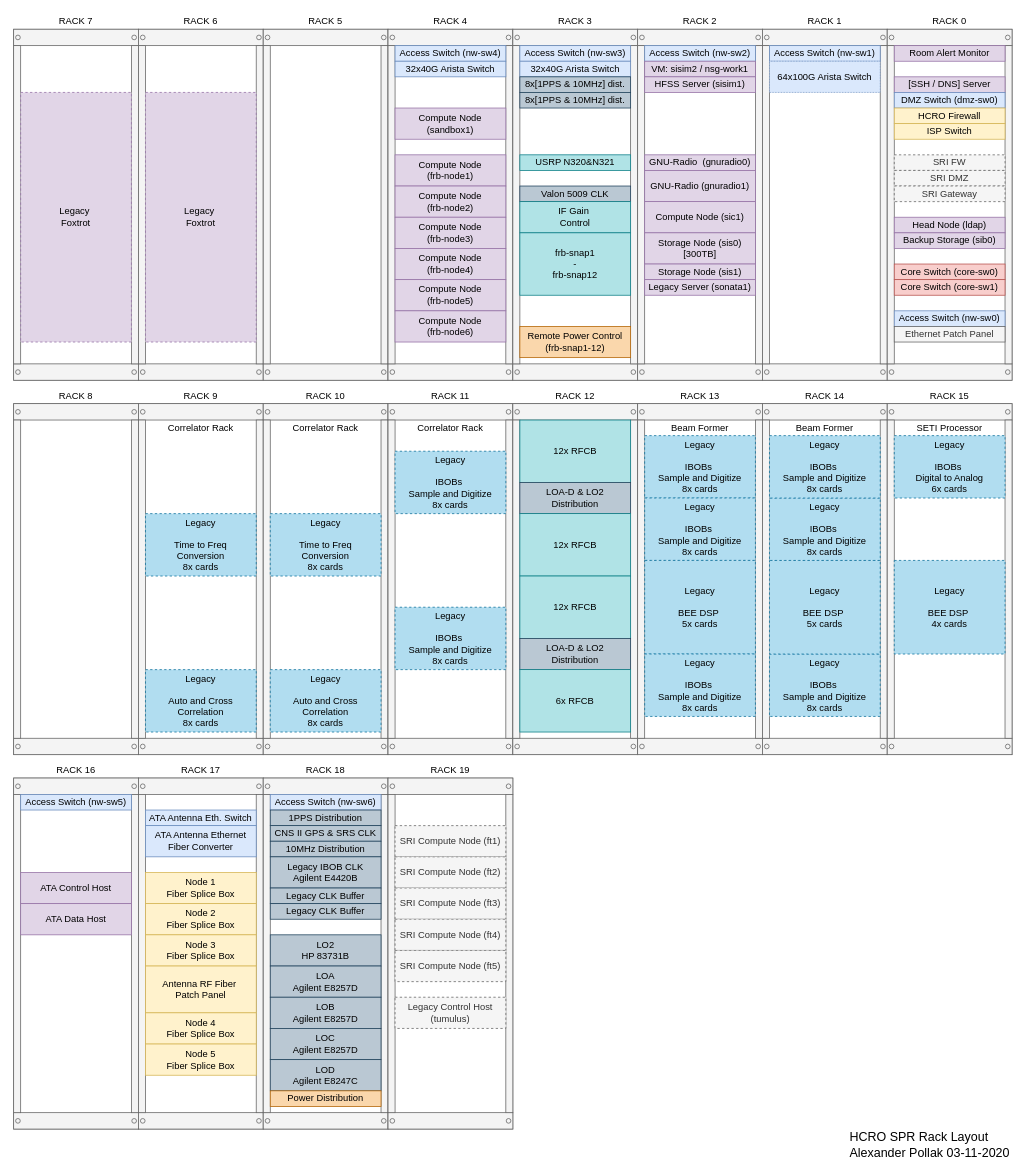
Above: HCRO-Network-Infrastructure/Network-Rack-Configuration.drawio in SETIatHCRO/Front-Page (draw.io), before the change. Source tidied: cells renumbered, new cells numbered last; positions are measured from the earlier drawing's top-left corner, leaving out a move shared by most shapes. Both pictures are drawn from the tidied source at 78%, with x=0, y=0 at pixel (13, 13).
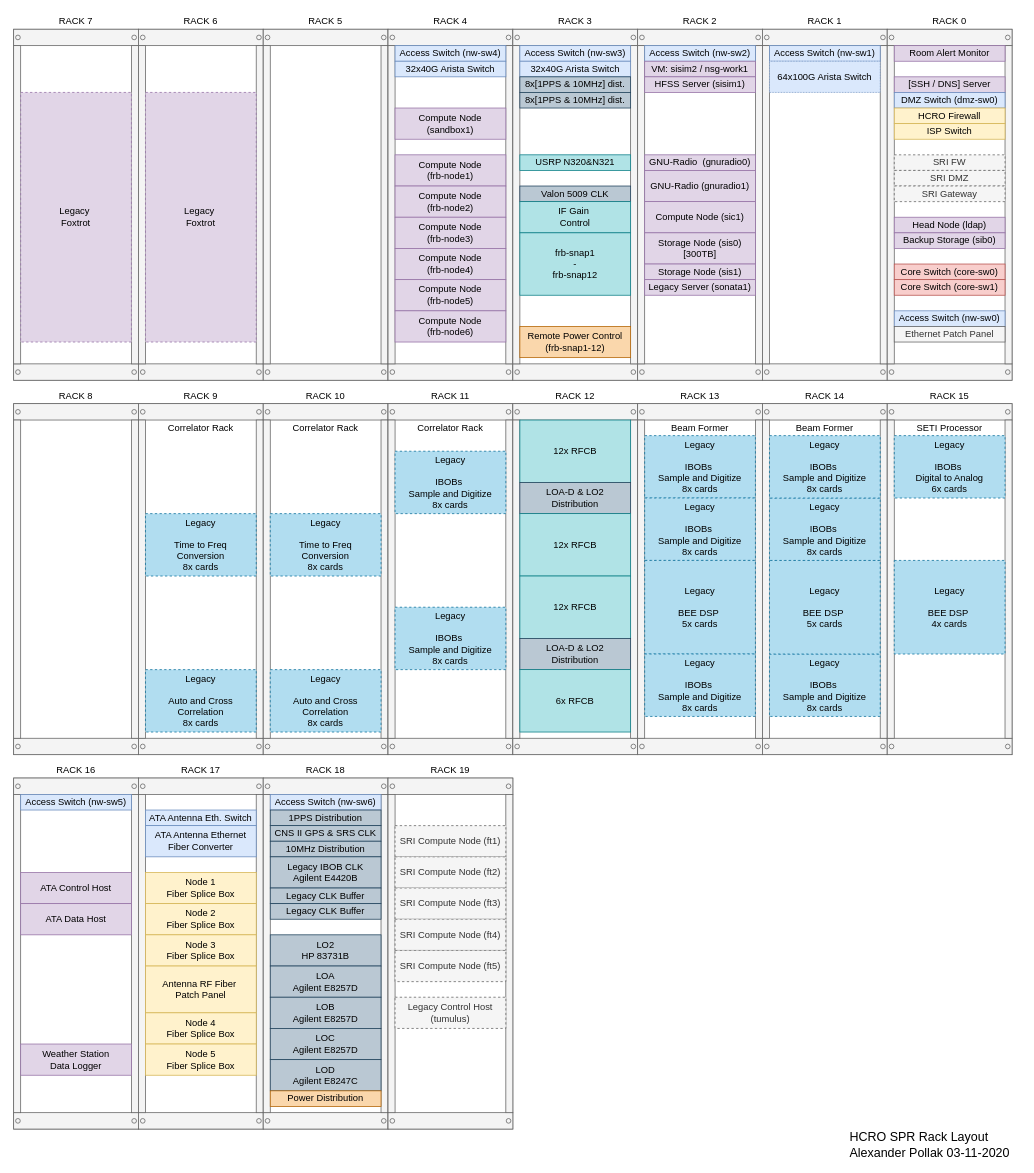
Above is the later version.

Commit message (it also covers changes not shown here):
Added Weather Station

The change refers to these unchanged cells:
```xml
<mxCell id="91" style="strokeColor=#666666;html=1;verticalLabelPosition=bottom;labelBackgroundColor=#ffffff;verticalAlign=top;shadow=0;dashed=0;shape=mxgraph.rackGeneral.container;fillColor2=#f4f4f4;allowGaps=1;textColor=#666666;numDisp=off;align=left;" parent="1" vertex="1">
  <mxGeometry y="980" width="160" height="450" as="geometry" />
</mxCell>
```

Diff of the diagram source:
```diff
@@
+    <mxCell id="146" value="Weather Station&lt;br&gt;Data Logger" style="rounded=0;whiteSpace=wrap;html=1;fillColor=#e1d5e7;strokeColor=#9673a6;" parent="91" vertex="1">
+      <mxGeometry x="9" y="341" width="142" height="40" as="geometry" />
+    </mxCell>
```
